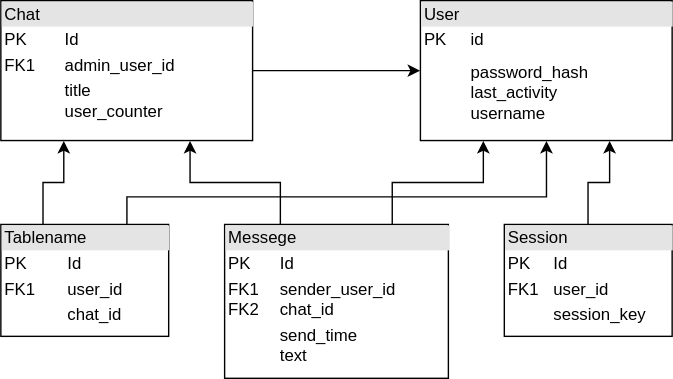
The draw.io diagram doc/Схема базы данных.svg in Unanoc/tpark_cpp_chat, before a commit. Source tidied: cells renumbered, new cells last; positions are measured from the earlier drawing's top-left corner, leaving out a move shared by most shapes.
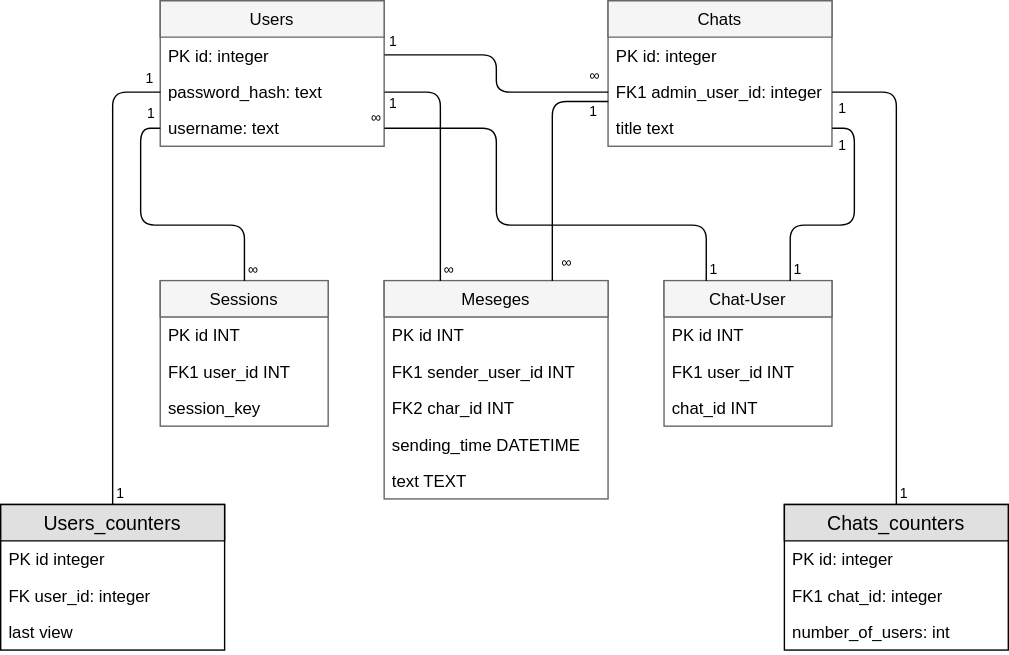
The same diagram one commit later.

Commit message:
Added counters to the database.

What changed in the source:
```diff
@@ -1,44 +1,227 @@
-<mxGraphModel background="#ffffff">
+<mxGraphModel>
   <root>
     <mxCell id="0" />
     <mxCell id="1" parent="0" />
-    <mxCell id="2" style="edgeStyle=orthogonalEdgeStyle;rounded=0;html=1;exitX=0.25;exitY=0;entryX=0.75;entryY=1;jettySize=auto;" parent="1" edge="1" source="4" target="7">
-      <mxGeometry relative="1" as="geometry" />
-    </mxCell>
-    <mxCell id="3" style="edgeStyle=orthogonalEdgeStyle;rounded=0;html=1;exitX=0.75;exitY=0;entryX=0.25;entryY=1;jettySize=auto;" parent="1" edge="1" source="4" target="5">
-      <mxGeometry relative="1" as="geometry" />
-    </mxCell>
-    <mxCell id="4" value="&lt;div style=&quot;box-sizing: border-box ; width: 100% ; background: #e4e4e4 ; padding: 2px&quot;&gt;Messege&lt;br&gt;&lt;/div&gt;&lt;table style=&quot;width: 100% ; font-size: 1em&quot; cellspacing=&quot;0&quot; cellpadding=&quot;2&quot;&gt;&lt;tbody&gt;&lt;tr&gt;&lt;td&gt;PK&lt;/td&gt;&lt;td&gt;Id&lt;/td&gt;&lt;/tr&gt;&lt;tr&gt;&lt;td&gt;FK1&lt;br&gt;FK2&lt;br&gt;&lt;/td&gt;&lt;td&gt;sender_user_id&lt;br&gt;chat_id&lt;br&gt;&lt;/td&gt;&lt;/tr&gt;&lt;tr&gt;&lt;td&gt;&lt;br&gt;&lt;/td&gt;&lt;td&gt;send_time&lt;br&gt;text&lt;/td&gt;&lt;/tr&gt;&lt;/tbody&gt;&lt;/table&gt;" style="verticalAlign=top;align=left;overflow=fill;html=1;" parent="1" vertex="1">
-      <mxGeometry x="160" y="160" width="160" height="110" as="geometry" />
-    </mxCell>
-    <mxCell id="5" value="&lt;div style=&quot;box-sizing: border-box ; width: 100% ; background: #e4e4e4 ; padding: 2px&quot;&gt;User&lt;/div&gt;&lt;table style=&quot;width: 100% ; font-size: 1em&quot; cellspacing=&quot;0&quot; cellpadding=&quot;2&quot;&gt;&lt;tbody&gt;&lt;tr&gt;&lt;td&gt;PK&lt;/td&gt;&lt;td&gt;id&lt;/td&gt;&lt;/tr&gt;&lt;tr style=&quot;font-size: 1px&quot;&gt;&lt;td&gt;&lt;br&gt;&lt;/td&gt;&lt;td&gt;&lt;br&gt;&lt;/td&gt;&lt;/tr&gt;&lt;tr&gt;&lt;td&gt;&lt;br&gt;&lt;/td&gt;&lt;td&gt;password_hash&lt;br&gt;last_activity&lt;br&gt;username&lt;/td&gt;&lt;/tr&gt;&lt;/tbody&gt;&lt;/table&gt;" style="verticalAlign=top;align=left;overflow=fill;html=1;" parent="1" vertex="1">
-      <mxGeometry x="300" width="180" height="100" as="geometry" />
-    </mxCell>
-    <mxCell id="6" style="edgeStyle=orthogonalEdgeStyle;rounded=0;html=1;exitX=1;exitY=0.5;entryX=0;entryY=0.5;jettySize=auto;" parent="1" edge="1" source="7" target="5">
-      <mxGeometry relative="1" as="geometry" />
-    </mxCell>
-    <mxCell id="7" value="&lt;div style=&quot;box-sizing: border-box ; width: 100% ; background: #e4e4e4 ; padding: 2px&quot;&gt;Chat&lt;br&gt;&lt;/div&gt;&lt;table style=&quot;width: 100% ; font-size: 1em&quot; cellspacing=&quot;0&quot; cellpadding=&quot;2&quot;&gt;&lt;tbody&gt;&lt;tr&gt;&lt;td&gt;PK&lt;/td&gt;&lt;td&gt;Id&lt;/td&gt;&lt;/tr&gt;&lt;tr&gt;&lt;td&gt;FK1&lt;/td&gt;&lt;td&gt;admin_user_id&lt;br&gt;&lt;/td&gt;&lt;/tr&gt;&lt;tr&gt;&lt;td&gt;&lt;br&gt;&lt;/td&gt;&lt;td&gt;title&lt;br&gt;user_counter&lt;br&gt;&lt;/td&gt;&lt;/tr&gt;&lt;/tbody&gt;&lt;/table&gt;" style="verticalAlign=top;align=left;overflow=fill;html=1;" parent="1" vertex="1">
-      <mxGeometry width="180" height="100" as="geometry" />
-    </mxCell>
-    <mxCell id="8" style="edgeStyle=orthogonalEdgeStyle;rounded=0;html=1;exitX=0.25;exitY=0;entryX=0.25;entryY=1;jettySize=auto;" parent="1" edge="1" source="10" target="7">
-      <mxGeometry relative="1" as="geometry" />
-    </mxCell>
-    <mxCell id="9" style="edgeStyle=orthogonalEdgeStyle;rounded=0;html=1;exitX=0.75;exitY=0;entryX=0.5;entryY=1;jettySize=auto;" parent="1" edge="1" source="10" target="5">
-      <mxGeometry relative="1" as="geometry">
-        <Array as="points">
-          <mxPoint x="90" y="140" />
-          <mxPoint x="390" y="140" />
-        </Array>
-      </mxGeometry>
-    </mxCell>
-    <mxCell id="10" value="&lt;div style=&quot;box-sizing: border-box ; width: 100% ; background: #e4e4e4 ; padding: 2px&quot;&gt;Tablename&lt;/div&gt;&lt;table style=&quot;width: 100% ; font-size: 1em&quot; cellspacing=&quot;0&quot; cellpadding=&quot;2&quot;&gt;&lt;tbody&gt;&lt;tr&gt;&lt;td&gt;PK&lt;/td&gt;&lt;td&gt;Id&lt;/td&gt;&lt;/tr&gt;&lt;tr&gt;&lt;td&gt;FK1&lt;/td&gt;&lt;td&gt;user_id&lt;br&gt;&lt;/td&gt;&lt;/tr&gt;&lt;tr&gt;&lt;td&gt;&lt;br&gt;&lt;/td&gt;&lt;td&gt;chat_id&lt;br&gt;&lt;/td&gt;&lt;/tr&gt;&lt;/tbody&gt;&lt;/table&gt;" style="verticalAlign=top;align=left;overflow=fill;html=1;" parent="1" vertex="1">
-      <mxGeometry y="160" width="120" height="80" as="geometry" />
-    </mxCell>
-    <mxCell id="11" style="edgeStyle=orthogonalEdgeStyle;rounded=0;html=1;exitX=0.5;exitY=0;entryX=0.75;entryY=1;jettySize=auto;" parent="1" edge="1" source="12" target="5">
-      <mxGeometry relative="1" as="geometry" />
-    </mxCell>
-    <mxCell id="12" value="&lt;div style=&quot;box-sizing: border-box ; width: 100% ; background: #e4e4e4 ; padding: 2px&quot;&gt;Session&lt;br&gt;&lt;/div&gt;&lt;table style=&quot;width: 100% ; font-size: 1em&quot; cellspacing=&quot;0&quot; cellpadding=&quot;2&quot;&gt;&lt;tbody&gt;&lt;tr&gt;&lt;td&gt;PK&lt;/td&gt;&lt;td&gt;Id&lt;/td&gt;&lt;/tr&gt;&lt;tr&gt;&lt;td&gt;FK1&lt;/td&gt;&lt;td&gt;user_id&lt;br&gt;&lt;/td&gt;&lt;/tr&gt;&lt;tr&gt;&lt;td&gt;&lt;br&gt;&lt;/td&gt;&lt;td&gt;session_key&lt;br&gt;&lt;/td&gt;&lt;/tr&gt;&lt;/tbody&gt;&lt;/table&gt;" style="verticalAlign=top;align=left;overflow=fill;html=1;" parent="1" vertex="1">
-      <mxGeometry x="360" y="160" width="120" height="80" as="geometry" />
-    </mxCell>
+    <mxCell id="13" value="Sessions" style="swimlane;fontStyle=0;horizontal=1;startSize=26;fillColor=#f5f5f5;swimlaneFillColor=#ffffff;strokeColor=#666666;" parent="1" vertex="1">
+      <mxGeometry x="114" y="208" width="120" height="104" as="geometry" />
+    </mxCell>
+    <mxCell id="14" value="PK id INT" style="text;strokeColor=none;fillColor=none;align=left;verticalAlign=top;spacingLeft=4;spacingRight=4;overflow=hidden;" parent="13" vertex="1">
+      <mxGeometry y="26" width="120" height="26" as="geometry" />
+    </mxCell>
+    <mxCell id="15" value="FK1 user_id INT" style="text;strokeColor=none;fillColor=none;align=left;verticalAlign=top;spacingLeft=4;spacingRight=4;overflow=hidden;" parent="13" vertex="1">
+      <mxGeometry y="52" width="120" height="26" as="geometry" />
+    </mxCell>
+    <mxCell id="16" value="session_key" style="text;strokeColor=none;fillColor=none;align=left;verticalAlign=top;spacingLeft=4;spacingRight=4;overflow=hidden;" parent="13" vertex="1">
+      <mxGeometry y="78" width="120" height="26" as="geometry" />
+    </mxCell>
+    <mxCell id="17" value="Chats" style="swimlane;fontStyle=0;horizontal=1;startSize=26;fillColor=#f5f5f5;swimlaneFillColor=#ffffff;strokeColor=#666666;" parent="1" vertex="1">
+      <mxGeometry x="434" y="8" width="160" height="104" as="geometry" />
+    </mxCell>
+    <mxCell id="18" value="PK id: integer" style="text;strokeColor=none;fillColor=none;align=left;verticalAlign=top;spacingLeft=4;spacingRight=4;overflow=hidden;fontStyle=0;" parent="17" vertex="1">
+      <mxGeometry y="26" width="160" height="26" as="geometry" />
+    </mxCell>
+    <mxCell id="19" value="FK1 admin_user_id: integer" style="text;strokeColor=none;fillColor=none;align=left;verticalAlign=top;spacingLeft=4;spacingRight=4;overflow=hidden;points=[[0,0.5],[1,0.5]];portConstraint=eastwest;" parent="17" vertex="1">
+      <mxGeometry y="52" width="160" height="26" as="geometry" />
+    </mxCell>
+    <mxCell id="20" value="title text" style="text;strokeColor=none;fillColor=none;align=left;verticalAlign=top;spacingLeft=4;spacingRight=4;overflow=hidden;points=[[0,0.5],[1,0.5]];portConstraint=eastwest;" parent="17" vertex="1">
+      <mxGeometry y="78" width="160" height="26" as="geometry" />
+    </mxCell>
+    <mxCell id="21" value="Chat-User" style="swimlane;fontStyle=0;horizontal=1;startSize=26;fillColor=#f5f5f5;swimlaneFillColor=#ffffff;strokeColor=#666666;" parent="1" vertex="1">
+      <mxGeometry x="474" y="208" width="120" height="104" as="geometry" />
+    </mxCell>
+    <mxCell id="22" value="PK id INT" style="text;strokeColor=none;fillColor=none;align=left;verticalAlign=top;spacingLeft=4;spacingRight=4;overflow=hidden;" parent="21" vertex="1">
+      <mxGeometry y="26" width="120" height="26" as="geometry" />
+    </mxCell>
+    <mxCell id="23" value="FK1 user_id INT" style="text;strokeColor=none;fillColor=none;align=left;verticalAlign=top;spacingLeft=4;spacingRight=4;overflow=hidden;" parent="21" vertex="1">
+      <mxGeometry y="52" width="120" height="26" as="geometry" />
+    </mxCell>
+    <mxCell id="24" value="chat_id INT" style="text;strokeColor=none;fillColor=none;align=left;verticalAlign=top;spacingLeft=4;spacingRight=4;overflow=hidden;" parent="21" vertex="1">
+      <mxGeometry y="78" width="120" height="26" as="geometry" />
+    </mxCell>
+    <mxCell id="25" value="Meseges" style="swimlane;fontStyle=0;horizontal=1;startSize=26;fillColor=#f5f5f5;swimlaneFillColor=#ffffff;strokeColor=#666666;" parent="1" vertex="1">
+      <mxGeometry x="274" y="208" width="160" height="156" as="geometry" />
+    </mxCell>
+    <mxCell id="26" value="PK id INT" style="text;strokeColor=none;fillColor=none;align=left;verticalAlign=top;spacingLeft=4;spacingRight=4;overflow=hidden;" parent="25" vertex="1">
+      <mxGeometry y="26" width="160" height="26" as="geometry" />
+    </mxCell>
+    <mxCell id="27" value="FK1 sender_user_id INT" style="text;strokeColor=none;fillColor=none;align=left;verticalAlign=top;spacingLeft=4;spacingRight=4;overflow=hidden;" parent="25" vertex="1">
+      <mxGeometry y="52" width="160" height="26" as="geometry" />
+    </mxCell>
+    <mxCell id="28" value="FK2 char_id INT" style="text;strokeColor=none;fillColor=none;align=left;verticalAlign=top;spacingLeft=4;spacingRight=4;overflow=hidden;" parent="25" vertex="1">
+      <mxGeometry y="78" width="160" height="26" as="geometry" />
+    </mxCell>
+    <mxCell id="29" value="sending_time DATETIME" style="text;strokeColor=none;fillColor=none;align=left;verticalAlign=top;spacingLeft=4;spacingRight=4;overflow=hidden;" parent="25" vertex="1">
+      <mxGeometry y="104" width="160" height="26" as="geometry" />
+    </mxCell>
+    <mxCell id="30" value="text TEXT" style="text;strokeColor=none;fillColor=none;align=left;verticalAlign=top;spacingLeft=4;spacingRight=4;overflow=hidden;" parent="25" vertex="1">
+      <mxGeometry y="130" width="160" height="26" as="geometry" />
+    </mxCell>
+    <mxCell id="31" value="Users" style="swimlane;fontStyle=0;horizontal=1;startSize=26;fillColor=#f5f5f5;swimlaneFillColor=#ffffff;strokeColor=#666666;" parent="1" vertex="1">
+      <mxGeometry x="114" y="8" width="160" height="104" as="geometry" />
+    </mxCell>
+    <mxCell id="32" value="PK id: integer" style="text;strokeColor=none;fillColor=none;align=left;verticalAlign=top;spacingLeft=4;spacingRight=4;overflow=hidden;" parent="31" vertex="1">
+      <mxGeometry y="26" width="160" height="26" as="geometry" />
+    </mxCell>
+    <mxCell id="33" value="password_hash: text" style="text;strokeColor=none;fillColor=none;align=left;verticalAlign=top;spacingLeft=4;spacingRight=4;overflow=hidden;points=[[0,0.5],[1,0.5]];portConstraint=eastwest;" parent="31" vertex="1">
+      <mxGeometry y="52" width="160" height="26" as="geometry" />
+    </mxCell>
+    <mxCell id="34" value="username: text" style="text;strokeColor=none;fillColor=none;align=left;verticalAlign=top;spacingLeft=4;spacingRight=4;overflow=hidden;points=[[0,0.5],[1,0.5]];portConstraint=eastwest;" parent="31" vertex="1">
+      <mxGeometry y="78" width="160" height="26" as="geometry" />
+    </mxCell>
+    <mxCell id="35" style="endArrow=none;html=1;edgeStyle=orthogonalEdgeStyle;entryX=1;entryY=0.5;exitX=0.25;exitY=0;" parent="1" edge="1" source="21">
+      <mxGeometry relative="1" as="geometry">
+        <mxPoint x="274.2" y="98.8" as="targetPoint" />
+        <Array as="points">
+          <mxPoint x="504" y="168" />
+          <mxPoint x="354" y="168" />
+          <mxPoint x="354" y="99" />
+        </Array>
+      </mxGeometry>
+    </mxCell>
+    <mxCell id="36" value="1" style="html=1;align=left;verticalAlign=bottom;labelBackgroundColor=#ffffff;fontSize=10;" parent="35" vertex="1">
+      <mxGeometry x="-1" relative="1" as="geometry" />
+    </mxCell>
+    <mxCell id="37" value="&lt;span&gt;∞&lt;/span&gt;" style="html=1;align=right;verticalAlign=bottom;labelBackgroundColor=#ffffff;fontSize=10;" parent="35" vertex="1">
+      <mxGeometry x="1" relative="1" as="geometry" />
+    </mxCell>
+    <mxCell id="38" style="endArrow=none;html=1;edgeStyle=orthogonalEdgeStyle;entryX=0;entryY=0.5;" parent="1" edge="1" target="19">
+      <mxGeometry relative="1" as="geometry">
+        <mxPoint x="274" y="47" as="sourcePoint" />
+        <Array as="points">
+          <mxPoint x="354" y="47" />
+          <mxPoint x="354" y="73" />
+        </Array>
+      </mxGeometry>
+    </mxCell>
+    <mxCell id="39" value="1" style="html=1;align=left;verticalAlign=bottom;labelBackgroundColor=#ffffff;fontSize=10;" parent="38" vertex="1">
+      <mxGeometry x="-1" relative="1" as="geometry">
+        <mxPoint x="1" y="-2" as="offset" />
+      </mxGeometry>
+    </mxCell>
+    <mxCell id="40" value="&lt;span&gt;∞&lt;/span&gt;" style="html=1;align=right;verticalAlign=bottom;labelBackgroundColor=#ffffff;fontSize=10;" parent="38" vertex="1">
+      <mxGeometry x="1" relative="1" as="geometry">
+        <mxPoint x="-4" y="-4" as="offset" />
+      </mxGeometry>
+    </mxCell>
+    <mxCell id="41" style="endArrow=none;html=1;edgeStyle=orthogonalEdgeStyle;exitX=0.75;exitY=0;entryX=0;entryY=0.769;entryPerimeter=0;" parent="1" edge="1" source="25" target="19">
+      <mxGeometry relative="1" as="geometry">
+        <Array as="points">
+          <mxPoint x="394" y="80" />
+        </Array>
+      </mxGeometry>
+    </mxCell>
+    <mxCell id="42" value="&lt;div&gt;&lt;span&gt;∞&lt;/span&gt;&lt;/div&gt;" style="html=1;align=left;verticalAlign=bottom;labelBackgroundColor=#ffffff;fontSize=10;" parent="41" vertex="1">
+      <mxGeometry x="-1" relative="1" as="geometry">
+        <mxPoint x="4" y="-5" as="offset" />
+      </mxGeometry>
+    </mxCell>
+    <mxCell id="43" value="1" style="html=1;align=right;verticalAlign=bottom;labelBackgroundColor=#ffffff;fontSize=10;" parent="41" vertex="1">
+      <mxGeometry x="1" relative="1" as="geometry">
+        <mxPoint x="-5.5" y="15.5" as="offset" />
+      </mxGeometry>
+    </mxCell>
+    <mxCell id="44" style="endArrow=none;html=1;edgeStyle=orthogonalEdgeStyle;entryX=1;entryY=0.5;exitX=0.25;exitY=0;" parent="1" edge="1" source="25" target="33">
+      <mxGeometry relative="1" as="geometry">
+        <Array as="points">
+          <mxPoint x="314" y="73" />
+        </Array>
+      </mxGeometry>
+    </mxCell>
+    <mxCell id="45" value="&lt;span&gt;∞&lt;/span&gt;" style="html=1;align=left;verticalAlign=bottom;labelBackgroundColor=#ffffff;fontSize=10;" parent="44" vertex="1">
+      <mxGeometry x="-1" relative="1" as="geometry" />
+    </mxCell>
+    <mxCell id="46" value="1" style="html=1;align=right;verticalAlign=bottom;labelBackgroundColor=#ffffff;fontSize=10;" parent="44" vertex="1">
+      <mxGeometry x="1" relative="1" as="geometry">
+        <mxPoint x="12" y="15.5" as="offset" />
+      </mxGeometry>
+    </mxCell>
+    <mxCell id="47" style="endArrow=none;html=1;edgeStyle=orthogonalEdgeStyle;entryX=1;entryY=0.5;exitX=0.75;exitY=0;" parent="1" edge="1" source="21" target="20">
+      <mxGeometry relative="1" as="geometry">
+        <Array as="points">
+          <mxPoint x="564" y="168" />
+          <mxPoint x="610" y="168" />
+          <mxPoint x="610" y="99" />
+        </Array>
+      </mxGeometry>
+    </mxCell>
+    <mxCell id="48" value="1" style="html=1;align=left;verticalAlign=bottom;labelBackgroundColor=#ffffff;fontSize=10;" parent="47" vertex="1">
+      <mxGeometry x="-1" relative="1" as="geometry" />
+    </mxCell>
+    <mxCell id="49" value="1" style="html=1;align=right;verticalAlign=bottom;labelBackgroundColor=#ffffff;fontSize=10;" parent="47" vertex="1">
+      <mxGeometry x="1" relative="1" as="geometry">
+        <mxPoint x="13" y="20" as="offset" />
+      </mxGeometry>
+    </mxCell>
+    <mxCell id="50" value="Users_counters" style="swimlane;fontStyle=0;horizontal=1;startSize=26;fillColor=#e0e0e0;swimlaneFillColor=#ffffff;align=center;fontSize=14;" parent="1" vertex="1">
+      <mxGeometry y="368" width="160" height="104" as="geometry" />
+    </mxCell>
+    <mxCell id="51" value="PK id integer" style="text;strokeColor=none;fillColor=none;spacingLeft=4;spacingRight=4;overflow=hidden;fontSize=12;" parent="50" vertex="1">
+      <mxGeometry y="26" width="160" height="26" as="geometry" />
+    </mxCell>
+    <mxCell id="52" value="FK user_id: integer" style="text;strokeColor=none;fillColor=none;spacingLeft=4;spacingRight=4;overflow=hidden;fontSize=12;" parent="50" vertex="1">
+      <mxGeometry y="52" width="160" height="26" as="geometry" />
+    </mxCell>
+    <mxCell id="53" value="last view" style="text;strokeColor=none;fillColor=none;spacingLeft=4;spacingRight=4;overflow=hidden;fontSize=12;" parent="50" vertex="1">
+      <mxGeometry y="78" width="160" height="26" as="geometry" />
+    </mxCell>
+    <mxCell id="54" style="endArrow=none;html=1;edgeStyle=orthogonalEdgeStyle;exitX=0.5;exitY=0;" parent="1" edge="1" source="13" target="34">
+      <mxGeometry relative="1" as="geometry">
+        <Array as="points">
+          <mxPoint x="174" y="168" />
+          <mxPoint x="100" y="168" />
+          <mxPoint x="100" y="99" />
+        </Array>
+      </mxGeometry>
+    </mxCell>
+    <mxCell id="55" value="&lt;span&gt;∞&lt;/span&gt;" style="html=1;align=left;verticalAlign=bottom;labelBackgroundColor=#ffffff;fontSize=10;" parent="54" vertex="1">
+      <mxGeometry x="-1" relative="1" as="geometry" />
+    </mxCell>
+    <mxCell id="56" value="1" style="html=1;align=right;verticalAlign=bottom;labelBackgroundColor=#ffffff;fontSize=10;" parent="54" vertex="1">
+      <mxGeometry x="1" relative="1" as="geometry">
+        <mxPoint x="-1" y="-3.5" as="offset" />
+      </mxGeometry>
+    </mxCell>
+    <mxCell id="57" value="Chats_counters" style="swimlane;fontStyle=0;horizontal=1;startSize=26;fillColor=#e0e0e0;swimlaneFillColor=#ffffff;align=center;fontSize=14;" parent="1" vertex="1">
+      <mxGeometry x="560" y="368" width="160" height="104" as="geometry" />
+    </mxCell>
+    <mxCell id="58" value="PK id: integer" style="text;strokeColor=none;fillColor=none;spacingLeft=4;spacingRight=4;overflow=hidden;fontSize=12;" parent="57" vertex="1">
+      <mxGeometry y="26" width="160" height="26" as="geometry" />
+    </mxCell>
+    <mxCell id="59" value="FK1 chat_id: integer" style="text;strokeColor=none;fillColor=none;spacingLeft=4;spacingRight=4;overflow=hidden;fontSize=12;" parent="57" vertex="1">
+      <mxGeometry y="52" width="160" height="26" as="geometry" />
+    </mxCell>
+    <mxCell id="60" value="number_of_users: int&#10;" style="text;strokeColor=none;fillColor=none;spacingLeft=4;spacingRight=4;overflow=hidden;fontSize=12;" parent="57" vertex="1">
+      <mxGeometry y="78" width="160" height="26" as="geometry" />
+    </mxCell>
+    <mxCell id="61" style="endArrow=none;html=1;edgeStyle=orthogonalEdgeStyle;entryX=1;entryY=0.5;exitX=0.5;exitY=0;" parent="1" edge="1" source="57" target="19">
+      <mxGeometry relative="1" as="geometry">
+        <Array as="points">
+          <mxPoint x="640" y="73" />
+        </Array>
+      </mxGeometry>
+    </mxCell>
+    <mxCell id="62" value="1" style="html=1;align=left;verticalAlign=bottom;labelBackgroundColor=#ffffff;fontSize=10;" parent="61" vertex="1">
+      <mxGeometry x="-1" relative="1" as="geometry" />
+    </mxCell>
+    <mxCell id="63" value="1" style="html=1;align=right;verticalAlign=bottom;labelBackgroundColor=#ffffff;fontSize=10;" parent="61" vertex="1">
+      <mxGeometry x="1" relative="1" as="geometry">
+        <mxPoint x="13" y="20" as="offset" />
+      </mxGeometry>
+    </mxCell>
+    <mxCell id="64" style="endArrow=none;html=1;edgeStyle=orthogonalEdgeStyle;entryX=0;entryY=0.5;exitX=0.5;exitY=0;" parent="1" edge="1" source="50" target="33">
+      <mxGeometry relative="1" as="geometry">
+        <Array as="points">
+          <mxPoint x="80" y="73" />
+        </Array>
+      </mxGeometry>
+    </mxCell>
+    <mxCell id="65" value="1" style="html=1;align=left;verticalAlign=bottom;labelBackgroundColor=#ffffff;fontSize=10;" parent="64" vertex="1">
+      <mxGeometry x="-1" relative="1" as="geometry" />
+    </mxCell>
+    <mxCell id="66" value="1" style="html=1;align=right;verticalAlign=bottom;labelBackgroundColor=#ffffff;fontSize=10;" parent="64" vertex="1">
+      <mxGeometry x="1" relative="1" as="geometry">
+        <mxPoint x="-2" y="-2" as="offset" />
+      </mxGeometry>
+    </mxCell>
   </root>
 </mxGraphModel>
```
